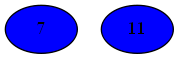
Above: Compiler/29iGraph.png in mbajaj92/Project-Astoria (Graphviz), before the change. Its source is kept beside it as Compiler/29iGraph.dot.
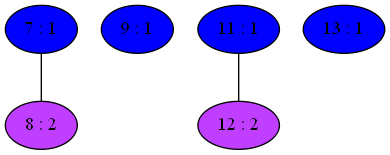
The same file after the commit.

Diff of the diagram source:
```diff
@@ -1,4 +1,12 @@
 strict graph {
-7[label="7" style=filled fillcolor="blue1"];
-11[label="11" style=filled fillcolor="blue1"];
+7[label="7 : 1" style=filled fillcolor="blue1"];
+7 -- 8
+8[label="8 : 2" style=filled fillcolor="darkorchid1"];
+8 -- 7
+9[label="9 : 1" style=filled fillcolor="blue1"];
+11[label="11 : 1" style=filled fillcolor="blue1"];
+11 -- 12
+12[label="12 : 2" style=filled fillcolor="darkorchid1"];
+12 -- 11
+13[label="13 : 1" style=filled fillcolor="blue1"];
 }
```
